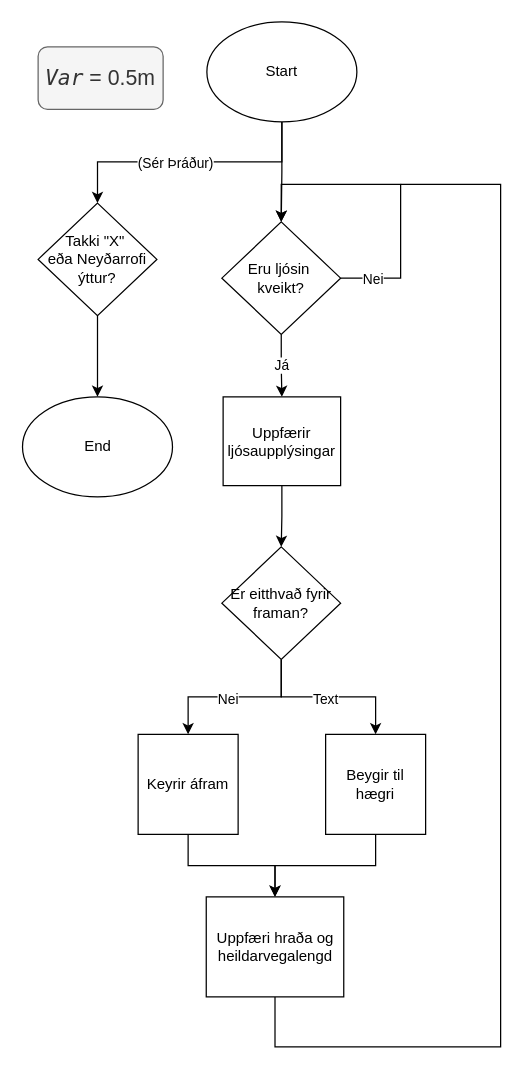
Earlier version of the draw.io diagram Verkefni 3/Lidur-1/Lidur 1.drawio (NidaleNieve/ROBO2). Source tidied: cells renumbered, new cells numbered last; positions are measured from the earlier drawing's top-left corner, leaving out a move shared by most shapes. Both pictures are drawn from the tidied source at 125%, with x=0, y=0 at pixel (22, 21).
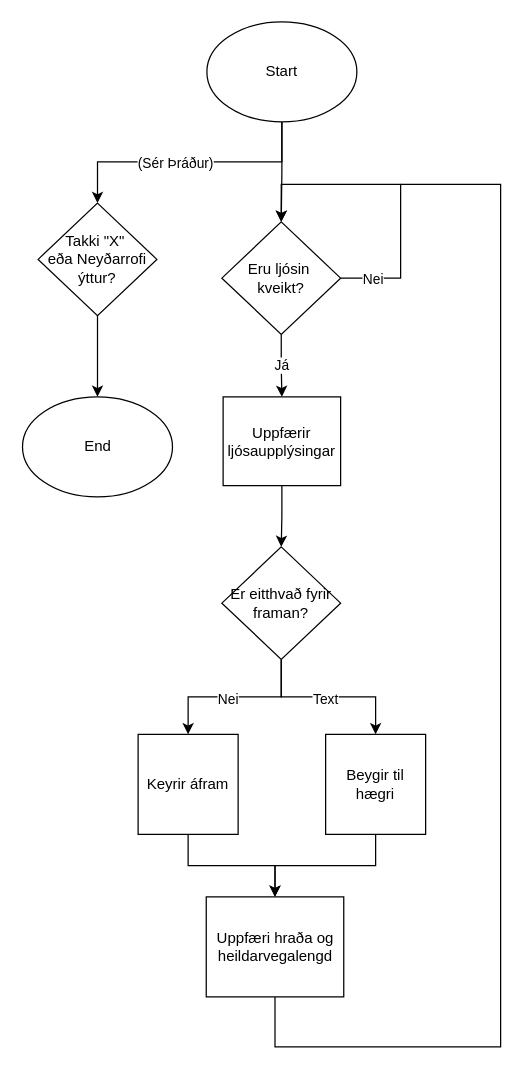
After the change.

Commit message (it also covers changes not shown here):
Bætti við lið 2 diagram og lagaði lið 1

The edit, as a diff of the source:
```diff
@@
-    <mxCell id="6" value="&lt;i&gt;&lt;font style=&quot;font-size: 17px;&quot; face=&quot;Lucida Console&quot;&gt;Var&lt;/font&gt;&lt;/i&gt;&lt;font style=&quot;font-size: 17px;&quot;&gt;&amp;nbsp;= 0.5m&lt;/font&gt;" style="rounded=1;whiteSpace=wrap;html=1;fillColor=#f5f5f5;fontColor=#333333;strokeColor=#666666;" parent="1" vertex="1">
-      <mxGeometry x="12" y="20" width="100" height="50" as="geometry" />
-    </mxCell>
```
